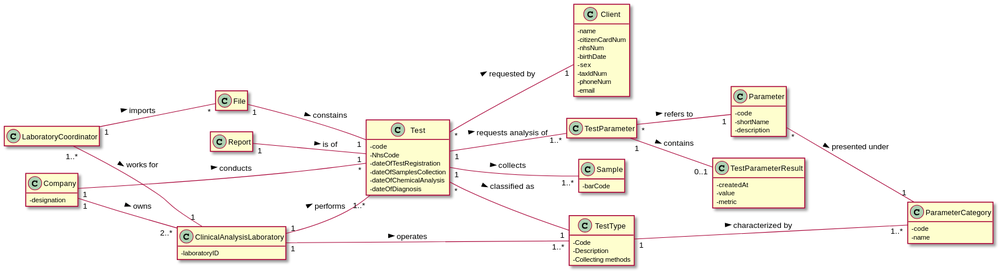
Above: docs/SprintD/US_17/US17_DM.svg in ana-albergaria/LAPR2-ISEP (PlantUML), before the change.
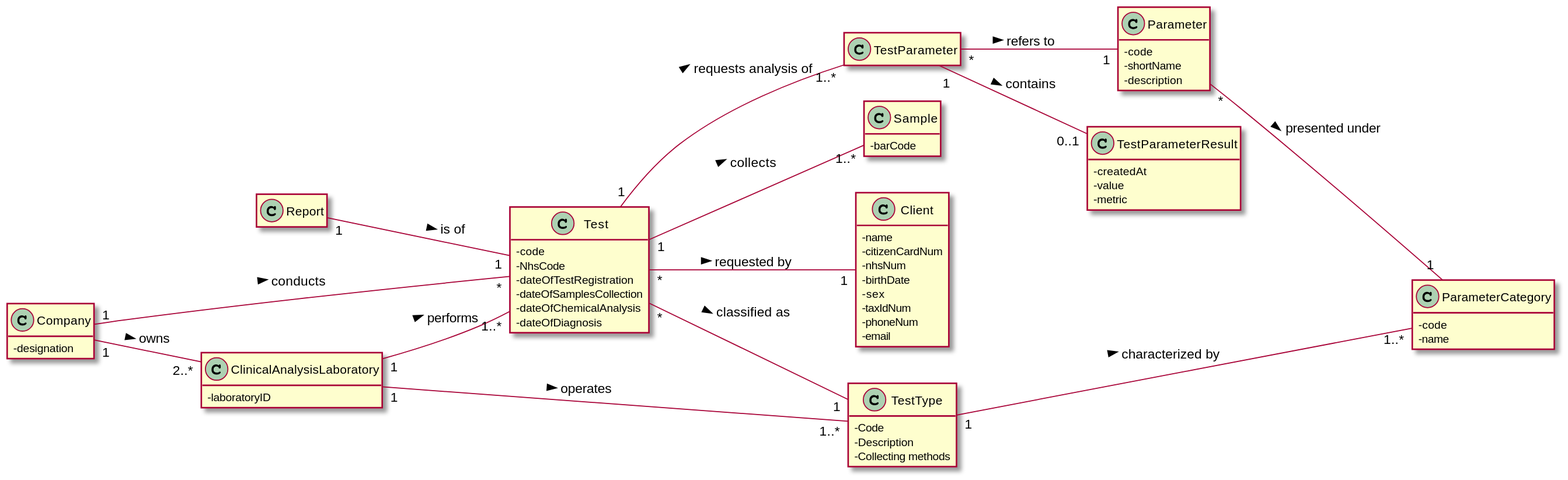
After the change.

The edit, as a diff of the source:
```diff
@@ -22,8 +22,8 @@
   -code
   -name
 }
-class LaboratoryCoordinator{}
-class File
+
+
 class Sample{
 - barCode
 }
@@ -73,8 +73,5 @@
 ClinicalAnalysisLaboratory "1" -- "1..*" Test : performs >
 Company "1" --- "*" Test : conducts >
 Company "1" -- "2..*" ClinicalAnalysisLaboratory : owns >
-File "1" -- "1" Test : constains >
-LaboratoryCoordinator "1" -- "*" File : imports >
-LaboratoryCoordinator "1..*" -- "1" ClinicalAnalysisLaboratory : works for >
 
 @enduml
```
